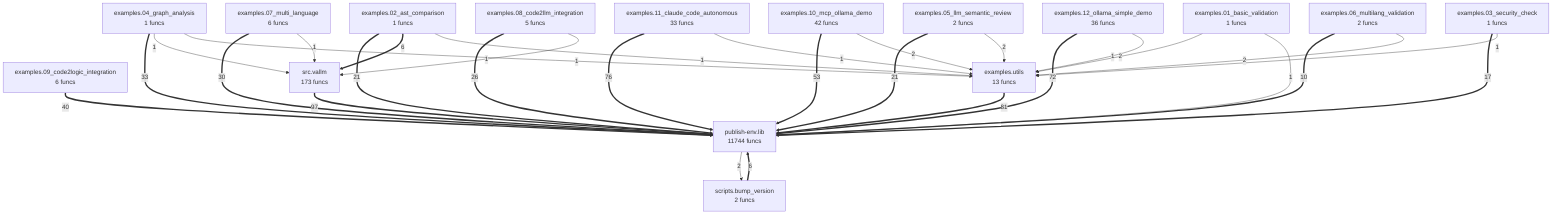
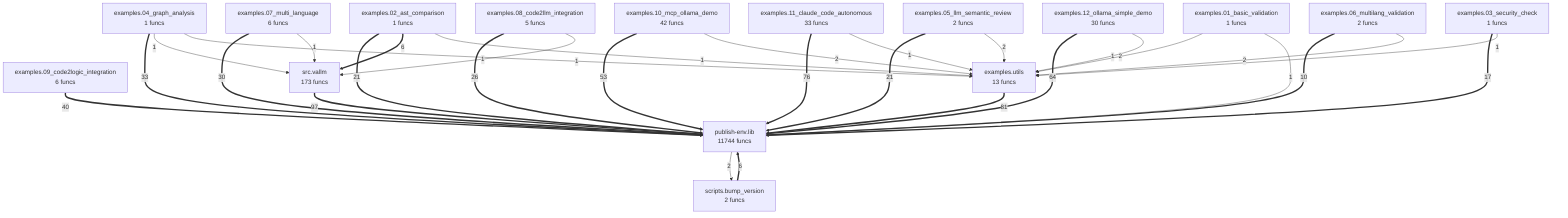
flowchart TD
    examples_01_basic_validation["examples.01_basic_validation<br/>1 funcs"]
    examples_02_ast_comparison["examples.02_ast_comparison<br/>1 funcs"]
    examples_03_security_check["examples.03_security_check<br/>1 funcs"]
    examples_04_graph_analysis["examples.04_graph_analysis<br/>1 funcs"]
    examples_05_llm_semantic_review["examples.05_llm_semantic_review<br/>2 funcs"]
    examples_06_multilang_validation["examples.06_multilang_validation<br/>2 funcs"]
    examples_07_multi_language["examples.07_multi_language<br/>6 funcs"]
    examples_08_code2llm_integration["examples.08_code2llm_integration<br/>5 funcs"]
    examples_09_code2logic_integration["examples.09_code2logic_integration<br/>6 funcs"]
    examples_10_mcp_ollama_demo["examples.10_mcp_ollama_demo<br/>42 funcs"]
    examples_11_claude_code_autonomous["examples.11_claude_code_autonomous<br/>33 funcs"]
-     examples_12_ollama_simple_demo["examples.12_ollama_simple_demo<br/>36 funcs"]
+     examples_12_ollama_simple_demo["examples.12_ollama_simple_demo<br/>30 funcs"]
    examples_utils["examples.utils<br/>13 funcs"]
    publish_env_lib["publish-env.lib<br/>11744 funcs"]
    scripts_bump_version["scripts.bump_version<br/>2 funcs"]
    src_vallm["src.vallm<br/>173 funcs"]
    src_vallm ==>|97| publish_env_lib
    examples_utils ==>|81| publish_env_lib
    examples_11_claude_code_autonomous ==>|76| publish_env_lib
-     examples_12_ollama_simple_demo ==>|72| publish_env_lib
+     examples_12_ollama_simple_demo ==>|64| publish_env_lib
    examples_10_mcp_ollama_demo ==>|53| publish_env_lib
    examples_09_code2logic_integration ==>|40| publish_env_lib
    examples_04_graph_analysis ==>|33| publish_env_lib
    examples_07_multi_language ==>|30| publish_env_lib
    examples_08_code2llm_integration ==>|26| publish_env_lib
    examples_05_llm_semantic_review ==>|21| publish_env_lib
    examples_02_ast_comparison ==>|21| publish_env_lib
    examples_03_security_check ==>|17| publish_env_lib
    examples_06_multilang_validation ==>|10| publish_env_lib
    scripts_bump_version ==>|6| publish_env_lib
    examples_02_ast_comparison ==>|6| src_vallm
    publish_env_lib -->|2| scripts_bump_version
    examples_05_llm_semantic_review -->|2| examples_utils
    examples_01_basic_validation -->|2| examples_utils
    examples_06_multilang_validation -->|2| examples_utils
    examples_10_mcp_ollama_demo -->|2| examples_utils
-     examples_11_claude_code_autonomous -->|1| examples_utils
    examples_04_graph_analysis -->|1| src_vallm
    examples_04_graph_analysis -->|1| examples_utils
-     examples_12_ollama_simple_demo -->|1| examples_utils
+     examples_11_claude_code_autonomous -->|1| examples_utils
    examples_01_basic_validation -->|1| publish_env_lib
    examples_02_ast_comparison -->|1| examples_utils
    examples_03_security_check -->|1| examples_utils
+     examples_12_ollama_simple_demo -->|1| examples_utils
    examples_07_multi_language -->|1| src_vallm
    examples_08_code2llm_integration -->|1| src_vallm
